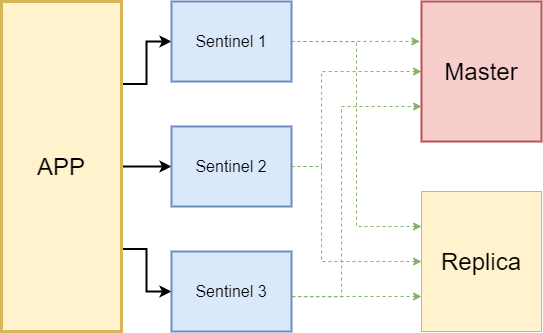
The draw.io diagram .github/Sentinel.png in JoanPedro/high-availability-redis-karaf, before a commit. Source tidied: cells renumbered, new cells last; positions are measured from the earlier drawing's top-left corner, leaving out a move shared by most shapes.
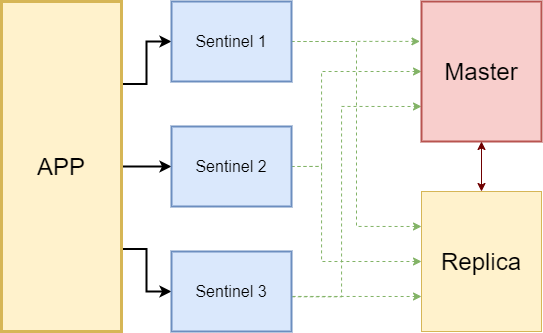
Above is the later version.

Commit message:
docs: conclude redis-sentinel introduction

Change to the diagram source:
```diff
@@ -63,6 +63,9 @@
     <mxCell id="15" value="&lt;font style=&quot;font-size: 24px&quot;&gt;Master&lt;/font&gt;" style="rounded=0;whiteSpace=wrap;html=1;strokeColor=#b85450;strokeWidth=2;fillColor=#f8cecc;" parent="1" vertex="1">
       <mxGeometry x="420" width="120" height="140" as="geometry" />
     </mxCell>
+    <mxCell id="17" style="edgeStyle=orthogonalEdgeStyle;rounded=0;jettySize=auto;html=1;strokeWidth=1;startArrow=classic;startFill=1;fillColor=#a20025;strokeColor=#6F0000;" parent="1" edge="1" source="16" target="15">
+      <mxGeometry relative="1" as="geometry" />
+    </mxCell>
     <mxCell id="16" value="&lt;font style=&quot;font-size: 24px&quot;&gt;Replica&lt;/font&gt;" style="rounded=0;whiteSpace=wrap;html=1;strokeColor=#d6b656;strokeWidth=1;fillColor=#fff2cc;" parent="1" vertex="1">
       <mxGeometry x="420" y="190" width="120" height="140" as="geometry" />
     </mxCell>
```
